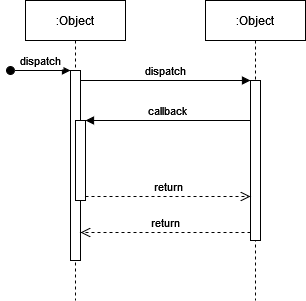
The draw.io diagram Sharing-App-Sequence-Diagram.drawio.png in manas-droid/HDFC_TEST, before a commit. Source tidied: cells renumbered, new cells last; positions are measured from the earlier drawing's top-left corner, leaving out a move shared by most shapes. Its diagram source:
```xml
<mxGraphModel>
  <root>
    <mxCell id="0" />
    <mxCell id="1" parent="0" />
    <mxCell id="2" value=":Object" style="shape=umlLifeline;perimeter=lifelinePerimeter;rounded=0;shadow=0;strokeWidth=1;" parent="1" vertex="1">
      <mxGeometry x="15" width="100" height="300" as="geometry" />
    </mxCell>
    <mxCell id="3" style="points=[];perimeter=orthogonalPerimeter;rounded=0;shadow=0;strokeWidth=1;" parent="2" vertex="1">
      <mxGeometry x="45" y="70" width="10" height="190" as="geometry" />
    </mxCell>
    <mxCell id="4" value="dispatch" style="verticalAlign=bottom;startArrow=oval;endArrow=block;startSize=8;shadow=0;strokeWidth=1;" parent="2" edge="1" target="3">
      <mxGeometry relative="1" as="geometry">
        <mxPoint x="-15" y="70" as="sourcePoint" />
      </mxGeometry>
    </mxCell>
    <mxCell id="5" style="points=[];perimeter=orthogonalPerimeter;rounded=0;shadow=0;strokeWidth=1;" parent="2" vertex="1">
      <mxGeometry x="50" y="120" width="10" height="80" as="geometry" />
    </mxCell>
    <mxCell id="6" value=":Object" style="shape=umlLifeline;perimeter=lifelinePerimeter;rounded=0;shadow=0;strokeWidth=1;" parent="1" vertex="1">
      <mxGeometry x="195" width="100" height="300" as="geometry" />
    </mxCell>
    <mxCell id="7" style="points=[];perimeter=orthogonalPerimeter;rounded=0;shadow=0;strokeWidth=1;" parent="6" vertex="1">
      <mxGeometry x="45" y="80" width="10" height="160" as="geometry" />
    </mxCell>
    <mxCell id="8" value="return" style="verticalAlign=bottom;endArrow=open;dashed=1;endSize=8;exitX=0;exitY=0.95;shadow=0;strokeWidth=1;" parent="1" edge="1" source="7" target="3">
      <mxGeometry relative="1" as="geometry" />
    </mxCell>
    <mxCell id="9" value="dispatch" style="verticalAlign=bottom;endArrow=block;entryX=0;entryY=0;shadow=0;strokeWidth=1;" parent="1" edge="1" source="3" target="7">
      <mxGeometry relative="1" as="geometry" />
    </mxCell>
    <mxCell id="10" value="callback" style="verticalAlign=bottom;endArrow=block;entryX=1;entryY=0;shadow=0;strokeWidth=1;" parent="1" edge="1" source="7" target="5">
      <mxGeometry relative="1" as="geometry" />
    </mxCell>
    <mxCell id="11" value="return" style="verticalAlign=bottom;endArrow=open;dashed=1;endSize=8;exitX=1;exitY=0.95;shadow=0;strokeWidth=1;" parent="1" edge="1" source="5" target="7">
      <mxGeometry relative="1" as="geometry" />
    </mxCell>
  </root>
</mxGraphModel>
```
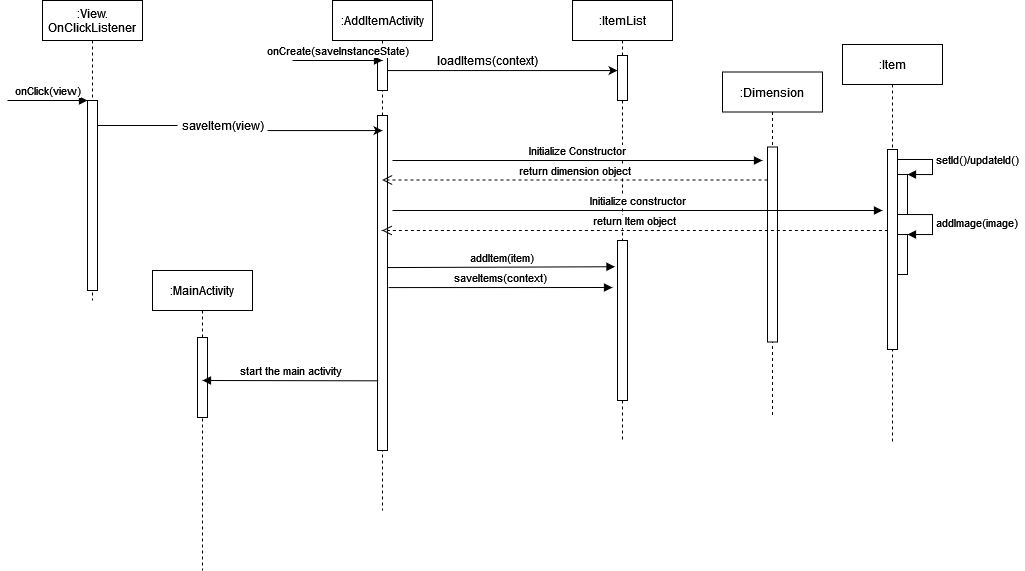
Later version of the same file.

Diff of the diagram source:
```diff
@@ -2,37 +2,155 @@
   <root>
     <mxCell id="0" />
     <mxCell id="1" parent="0" />
-    <mxCell id="2" value=":Object" style="shape=umlLifeline;perimeter=lifelinePerimeter;rounded=0;shadow=0;strokeWidth=1;" parent="1" vertex="1">
+    <mxCell id="2" value=":View.&#10;OnClickListener" style="shape=umlLifeline;perimeter=lifelinePerimeter;rounded=0;shadow=0;strokeWidth=1;" parent="1" vertex="1">
       <mxGeometry x="15" width="100" height="300" as="geometry" />
     </mxCell>
     <mxCell id="3" style="points=[];perimeter=orthogonalPerimeter;rounded=0;shadow=0;strokeWidth=1;" parent="2" vertex="1">
-      <mxGeometry x="45" y="70" width="10" height="190" as="geometry" />
+      <mxGeometry x="45" y="100" width="10" height="190" as="geometry" />
     </mxCell>
-    <mxCell id="4" value="dispatch" style="verticalAlign=bottom;startArrow=oval;endArrow=block;startSize=8;shadow=0;strokeWidth=1;" parent="2" edge="1" target="3">
-      <mxGeometry relative="1" as="geometry">
-        <mxPoint x="-15" y="70" as="sourcePoint" />
-      </mxGeometry>
-    </mxCell>
-    <mxCell id="5" style="points=[];perimeter=orthogonalPerimeter;rounded=0;shadow=0;strokeWidth=1;" parent="2" vertex="1">
-      <mxGeometry x="50" y="120" width="10" height="80" as="geometry" />
-    </mxCell>
+    <mxCell id="12" value="onClick(view)" style="html=1;verticalAlign=bottom;endArrow=block;rounded=0;" parent="2" edge="1">
+      <mxGeometry relative="1" as="geometry">
+        <mxPoint x="-35" y="100" as="sourcePoint" />
+        <mxPoint x="45" y="100" as="targetPoint" />
+      </mxGeometry>
+    </mxCell>
-    <mxCell id="6" value=":Object" style="shape=umlLifeline;perimeter=lifelinePerimeter;rounded=0;shadow=0;strokeWidth=1;" parent="1" vertex="1">
-      <mxGeometry x="195" width="100" height="300" as="geometry" />
+    <mxCell id="6" value=":AddItemActivity" style="shape=umlLifeline;perimeter=lifelinePerimeter;rounded=0;shadow=0;strokeWidth=1;" parent="1" vertex="1">
+      <mxGeometry x="305" width="100" height="510" as="geometry" />
     </mxCell>
     <mxCell id="7" style="points=[];perimeter=orthogonalPerimeter;rounded=0;shadow=0;strokeWidth=1;" parent="6" vertex="1">
-      <mxGeometry x="45" y="80" width="10" height="160" as="geometry" />
+      <mxGeometry x="45" y="115" width="10" height="335" as="geometry" />
     </mxCell>
-    <mxCell id="8" value="return" style="verticalAlign=bottom;endArrow=open;dashed=1;endSize=8;exitX=0;exitY=0.95;shadow=0;strokeWidth=1;" parent="1" edge="1" source="7" target="3">
-      <mxGeometry relative="1" as="geometry" />
-    </mxCell>
-    <mxCell id="9" value="dispatch" style="verticalAlign=bottom;endArrow=block;entryX=0;entryY=0;shadow=0;strokeWidth=1;" parent="1" edge="1" source="3" target="7">
-      <mxGeometry relative="1" as="geometry" />
-    </mxCell>
-    <mxCell id="10" value="callback" style="verticalAlign=bottom;endArrow=block;entryX=1;entryY=0;shadow=0;strokeWidth=1;" parent="1" edge="1" source="7" target="5">
-      <mxGeometry relative="1" as="geometry" />
-    </mxCell>
-    <mxCell id="11" value="return" style="verticalAlign=bottom;endArrow=open;dashed=1;endSize=8;exitX=1;exitY=0.95;shadow=0;strokeWidth=1;" parent="1" edge="1" source="5" target="7">
-      <mxGeometry relative="1" as="geometry" />
-    </mxCell>
+    <mxCell id="13" style="html=1;points=[];perimeter=orthogonalPerimeter;" parent="6" vertex="1">
+      <mxGeometry x="45" y="50" width="10" height="40" as="geometry" />
+    </mxCell>
+    <mxCell id="14" value="onCreate(saveInstanceState)" style="html=1;verticalAlign=bottom;endArrow=block;rounded=0;" parent="6" edge="1">
+      <mxGeometry relative="1" as="geometry">
+        <mxPoint x="-40" y="60" as="sourcePoint" />
+        <mxPoint x="50" y="60" as="targetPoint" />
+      </mxGeometry>
+    </mxCell>
+    <mxCell id="15" value="addItem(item)" style="html=1;verticalAlign=bottom;endArrow=block;rounded=0;entryX=-0.252;entryY=0.164;entryDx=0;entryDy=0;entryPerimeter=0;" parent="6" edge="1" target="21">
+      <mxGeometry relative="1" as="geometry">
+        <mxPoint x="55" y="267.1" as="sourcePoint" />
+      </mxGeometry>
+    </mxCell>
+    <mxCell id="16" style="edgeStyle=orthogonalEdgeStyle;rounded=0;jettySize=auto;html=1;startArrow=none;" parent="1" edge="1" source="17">
+      <mxGeometry relative="1" as="geometry">
+        <mxPoint x="355" y="130" as="targetPoint" />
+        <Array as="points">
+          <mxPoint x="355" y="130" />
+        </Array>
+      </mxGeometry>
+    </mxCell>
+    <mxCell id="17" value="saveItem(view)" style="text;html=1;align=center;verticalAlign=middle;points=[];strokeColor=none;fillColor=none;" parent="1" vertex="1">
+      <mxGeometry x="150" y="115" width="90" height="20" as="geometry" />
+    </mxCell>
+    <mxCell id="18" style="edgeStyle=orthogonalEdgeStyle;rounded=0;jettySize=auto;html=1;endArrow=none;" parent="1" edge="1" source="3" target="17">
+      <mxGeometry relative="1" as="geometry">
+        <Array as="points">
+          <mxPoint x="115" y="125" />
+          <mxPoint x="115" y="125" />
+        </Array>
+      </mxGeometry>
+    </mxCell>
+    <mxCell id="19" value=":ItemList" style="shape=umlLifeline;perimeter=lifelinePerimeter;whiteSpace=wrap;html=1;" parent="1" vertex="1">
+      <mxGeometry x="545" width="100" height="440" as="geometry" />
+    </mxCell>
+    <mxCell id="20" style="html=1;points=[];perimeter=orthogonalPerimeter;" parent="19" vertex="1">
+      <mxGeometry x="45" y="55" width="10" height="45" as="geometry" />
+    </mxCell>
+    <mxCell id="21" style="html=1;points=[];perimeter=orthogonalPerimeter;" parent="19" vertex="1">
+      <mxGeometry x="45" y="240" width="10" height="160" as="geometry" />
+    </mxCell>
+    <mxCell id="22" style="edgeStyle=orthogonalEdgeStyle;rounded=0;jettySize=auto;html=1;" parent="1" edge="1" source="13" target="20">
+      <mxGeometry relative="1" as="geometry">
+        <Array as="points">
+          <mxPoint x="525" y="70" />
+          <mxPoint x="525" y="70" />
+        </Array>
+      </mxGeometry>
+    </mxCell>
+    <mxCell id="23" value="loadItems(context)" style="text;html=1;align=center;verticalAlign=middle;strokeColor=none;fillColor=none;" parent="1" vertex="1">
+      <mxGeometry x="405" y="50" width="110" height="20" as="geometry" />
+    </mxCell>
+    <mxCell id="24" value=":Dimension" style="shape=umlLifeline;perimeter=lifelinePerimeter;whiteSpace=wrap;html=1;" parent="1" vertex="1">
+      <mxGeometry x="695" y="71.5" width="100" height="345" as="geometry" />
+    </mxCell>
+    <mxCell id="25" style="html=1;perimeter=orthogonalPerimeter;" parent="24" vertex="1">
+      <mxGeometry x="45" y="75" width="10" height="195" as="geometry" />
+    </mxCell>
+    <mxCell id="26" value="return dimension object" style="html=1;verticalAlign=bottom;endArrow=open;dashed=1;endSize=8;rounded=0;" parent="24" edge="1">
+      <mxGeometry relative="1" as="geometry">
+        <mxPoint x="45" y="108" as="sourcePoint" />
+        <mxPoint x="-340.4" y="108" as="targetPoint" />
+      </mxGeometry>
+    </mxCell>
+    <mxCell id="27" value="return Item object" style="html=1;verticalAlign=bottom;endArrow=open;dashed=1;endSize=8;rounded=0;" parent="24" edge="1">
+      <mxGeometry relative="1" as="geometry">
+        <mxPoint x="165.4" y="158.5" as="sourcePoint" />
+        <mxPoint x="-340.4" y="158.5" as="targetPoint" />
+      </mxGeometry>
+    </mxCell>
+    <mxCell id="28" value="Initialize constructor" style="html=1;verticalAlign=bottom;endArrow=block;rounded=0;" parent="24" edge="1">
+      <mxGeometry relative="1" as="geometry">
+        <mxPoint x="-330" y="138.5" as="sourcePoint" />
+        <mxPoint x="160" y="138.5" as="targetPoint" />
+        <Array as="points">
+          <mxPoint x="-70" y="138.5" />
+        </Array>
+      </mxGeometry>
+    </mxCell>
+    <mxCell id="29" value=":Item" style="shape=umlLifeline;perimeter=lifelinePerimeter;whiteSpace=wrap;html=1;" parent="1" vertex="1">
+      <mxGeometry x="815" y="44" width="100" height="400" as="geometry" />
+    </mxCell>
+    <mxCell id="30" style="html=1;points=[];perimeter=orthogonalPerimeter;" parent="29" vertex="1">
+      <mxGeometry x="55" y="130" width="10" height="40" as="geometry" />
+    </mxCell>
+    <mxCell id="31" value="setId()/updateId()" style="edgeStyle=orthogonalEdgeStyle;html=1;align=left;spacingLeft=2;endArrow=block;rounded=0;entryX=1;entryY=0;" parent="29" edge="1" target="30">
+      <mxGeometry relative="1" as="geometry">
+        <mxPoint x="50" y="115" as="sourcePoint" />
+        <Array as="points">
+          <mxPoint x="90" y="115" />
+          <mxPoint x="90" y="130" />
+        </Array>
+      </mxGeometry>
+    </mxCell>
+    <mxCell id="32" style="html=1;perimeter=orthogonalPerimeter;" parent="29" vertex="1">
+      <mxGeometry x="45" y="105" width="10" height="200" as="geometry" />
+    </mxCell>
+    <mxCell id="33" style="html=1;points=[];perimeter=orthogonalPerimeter;" parent="29" vertex="1">
+      <mxGeometry x="55" y="190" width="10" height="40" as="geometry" />
+    </mxCell>
+    <mxCell id="34" value="addImage(image)" style="edgeStyle=orthogonalEdgeStyle;html=1;align=left;spacingLeft=2;endArrow=block;rounded=0;entryX=1;entryY=0;" parent="29" edge="1" target="33">
+      <mxGeometry relative="1" as="geometry">
+        <mxPoint x="60" y="170" as="sourcePoint" />
+        <Array as="points">
+          <mxPoint x="90" y="170" />
+        </Array>
+      </mxGeometry>
+    </mxCell>
+    <mxCell id="35" value="Initialize Constructor" style="html=1;verticalAlign=bottom;endArrow=block;rounded=0;" parent="1" edge="1">
+      <mxGeometry relative="1" as="geometry">
+        <mxPoint x="365" y="160" as="sourcePoint" />
+        <mxPoint x="735" y="160" as="targetPoint" />
+      </mxGeometry>
+    </mxCell>
+    <mxCell id="36" value="saveItems(context)" style="html=1;verticalAlign=bottom;endArrow=block;rounded=0;" parent="1" edge="1">
+      <mxGeometry relative="1" as="geometry">
+        <mxPoint x="361" y="287.1" as="sourcePoint" />
+        <mxPoint x="585" y="287" as="targetPoint" />
+      </mxGeometry>
+    </mxCell>
+    <mxCell id="37" value=":MainActivity" style="shape=umlLifeline;perimeter=lifelinePerimeter;whiteSpace=wrap;html=1;" parent="1" vertex="1">
+      <mxGeometry x="125" y="270" width="100" height="300" as="geometry" />
+    </mxCell>
+    <mxCell id="38" style="html=1;perimeter=orthogonalPerimeter;" parent="37" vertex="1">
+      <mxGeometry x="45" y="67" width="10" height="80" as="geometry" />
+    </mxCell>
+    <mxCell id="39" value="start the main activity" style="html=1;verticalAlign=bottom;endArrow=block;rounded=0;exitX=0.1;exitY=0.792;exitDx=0;exitDy=0;exitPerimeter=0;" parent="1" edge="1" source="7">
+      <mxGeometry relative="1" as="geometry">
+        <mxPoint x="175" y="380" as="targetPoint" />
+      </mxGeometry>
+    </mxCell>
   </root>
 </mxGraphModel>
```
